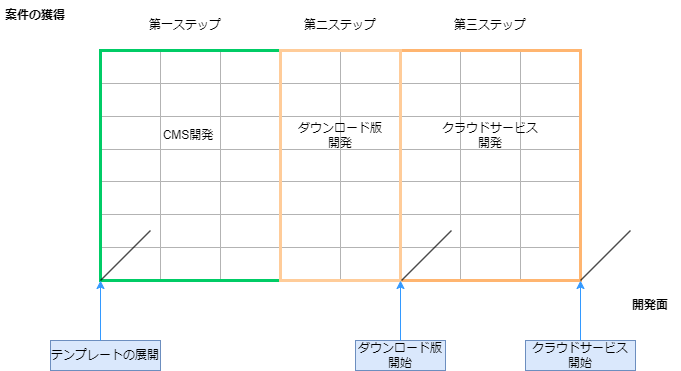
Earlier version of the draw.io export 収益化.drawio.png (buyodo/webgis-doc). Source tidied: cells renumbered, new cells last; positions are measured from the earlier drawing's top-left corner, leaving out a move shared by most shapes.
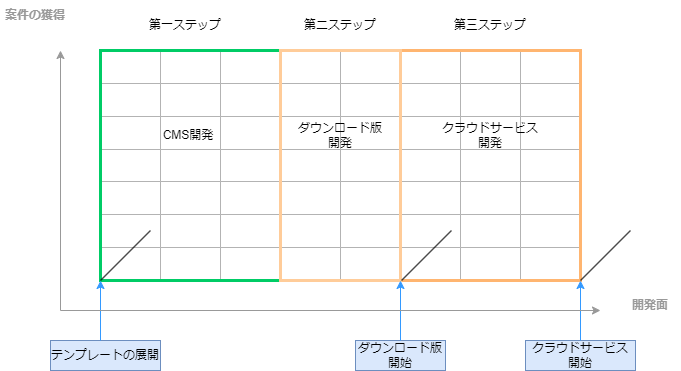
The same file after the commit.

Commit message:
収益化.drawio.png を更新します

Diff of the diagram source:
```diff
@@ -200,10 +200,10 @@
     <mxCell id="67" value="テンプレートの展開" style="text;html=1;strokeColor=#6c8ebf;fillColor=#dae8fc;align=center;verticalAlign=middle;whiteSpace=wrap;rounded=0;" parent="1" vertex="1">
       <mxGeometry x="50" y="340" width="110" height="30" as="geometry" />
     </mxCell>
-    <mxCell id="68" value="案件の獲得" style="text;html=1;strokeColor=none;fillColor=none;align=center;verticalAlign=middle;whiteSpace=wrap;rounded=0;fontStyle=1;" parent="1" vertex="1">
+    <mxCell id="68" value="案件の獲得" style="text;html=1;strokeColor=none;fillColor=none;align=center;verticalAlign=middle;whiteSpace=wrap;rounded=0;fontStyle=1;fontColor=#999999;" parent="1" vertex="1">
       <mxGeometry width="70" height="30" as="geometry" />
     </mxCell>
-    <mxCell id="69" value="開発面" style="text;html=1;strokeColor=none;fillColor=none;align=center;verticalAlign=middle;whiteSpace=wrap;rounded=0;fontStyle=1;" parent="1" vertex="1">
+    <mxCell id="69" value="開発面" style="text;html=1;strokeColor=none;fillColor=none;align=center;verticalAlign=middle;whiteSpace=wrap;rounded=0;fontStyle=1;fontColor=#999999;" parent="1" vertex="1">
       <mxGeometry x="620" y="290" width="60" height="30" as="geometry" />
     </mxCell>
     <mxCell id="70" value="ダウンロード版開始" style="text;html=1;strokeColor=#6c8ebf;fillColor=#dae8fc;align=center;verticalAlign=middle;whiteSpace=wrap;rounded=0;" parent="1" vertex="1">
@@ -271,5 +271,17 @@
         <mxPoint x="580" y="280" as="targetPoint" />
       </mxGeometry>
     </mxCell>
+    <mxCell id="86" style="endArrow=classic;html=1;rounded=0;strokeColor=#999999;" parent="1" edge="1">
+      <mxGeometry relative="1" as="geometry">
+        <mxPoint x="60" y="310" as="sourcePoint" />
+        <mxPoint x="600" y="310" as="targetPoint" />
+      </mxGeometry>
+    </mxCell>
+    <mxCell id="87" style="endArrow=classic;html=1;rounded=0;strokeColor=#999999;" parent="1" edge="1">
+      <mxGeometry relative="1" as="geometry">
+        <mxPoint x="60" y="310" as="sourcePoint" />
+        <mxPoint x="60" y="50" as="targetPoint" />
+      </mxGeometry>
+    </mxCell>
   </root>
 </mxGraphModel>
```
